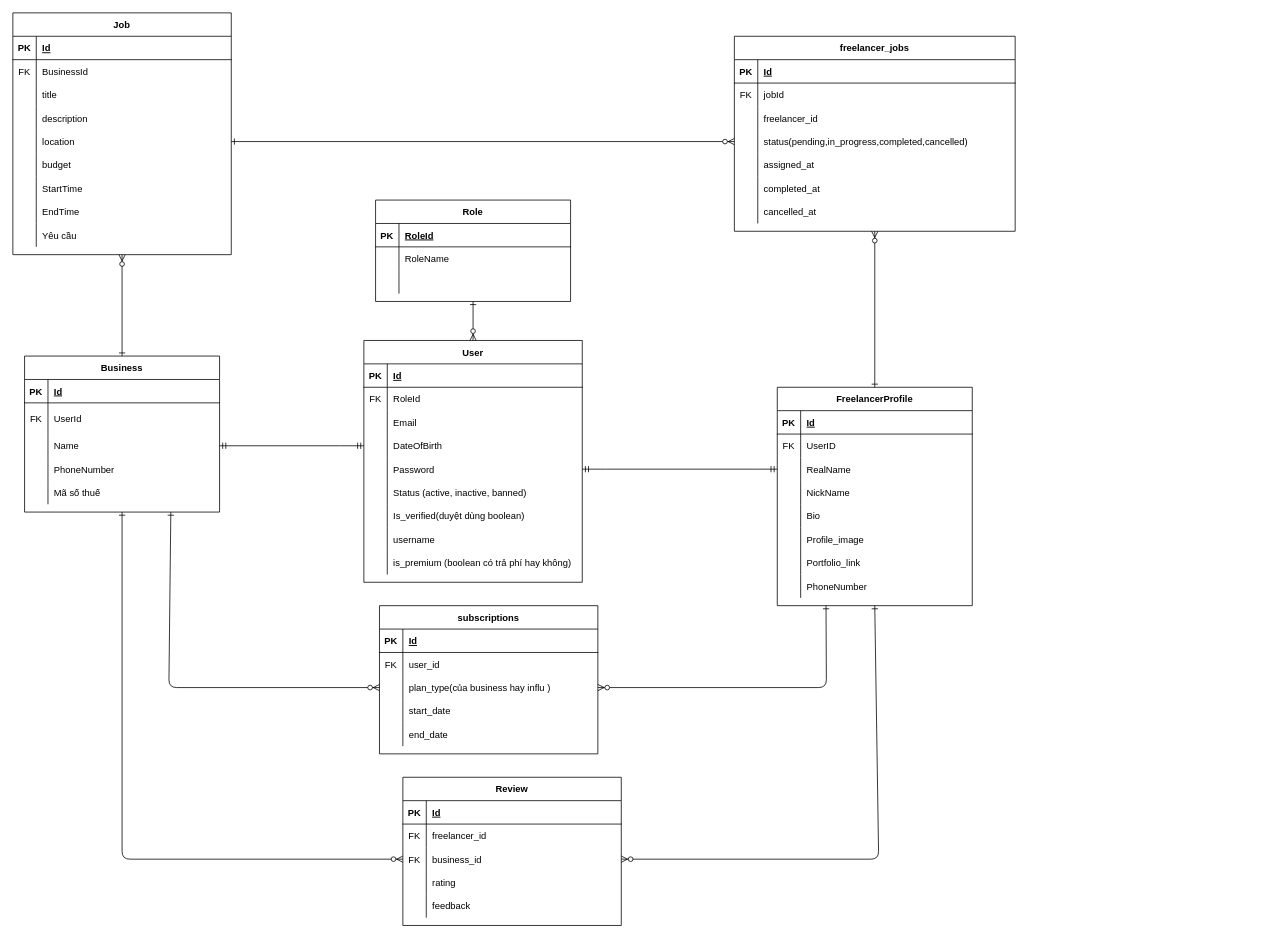
The draw.io diagram Biểu đồ không có tiêu đề.drawio in carrotnie/exe2, before the edit. Source tidied: cells renumbered, new cells numbered last; positions are measured from the earlier drawing's top-left corner, leaving out a move shared by most shapes. Both pictures are drawn from the tidied source at 78%, with x=0, y=0 at pixel (12, 12).
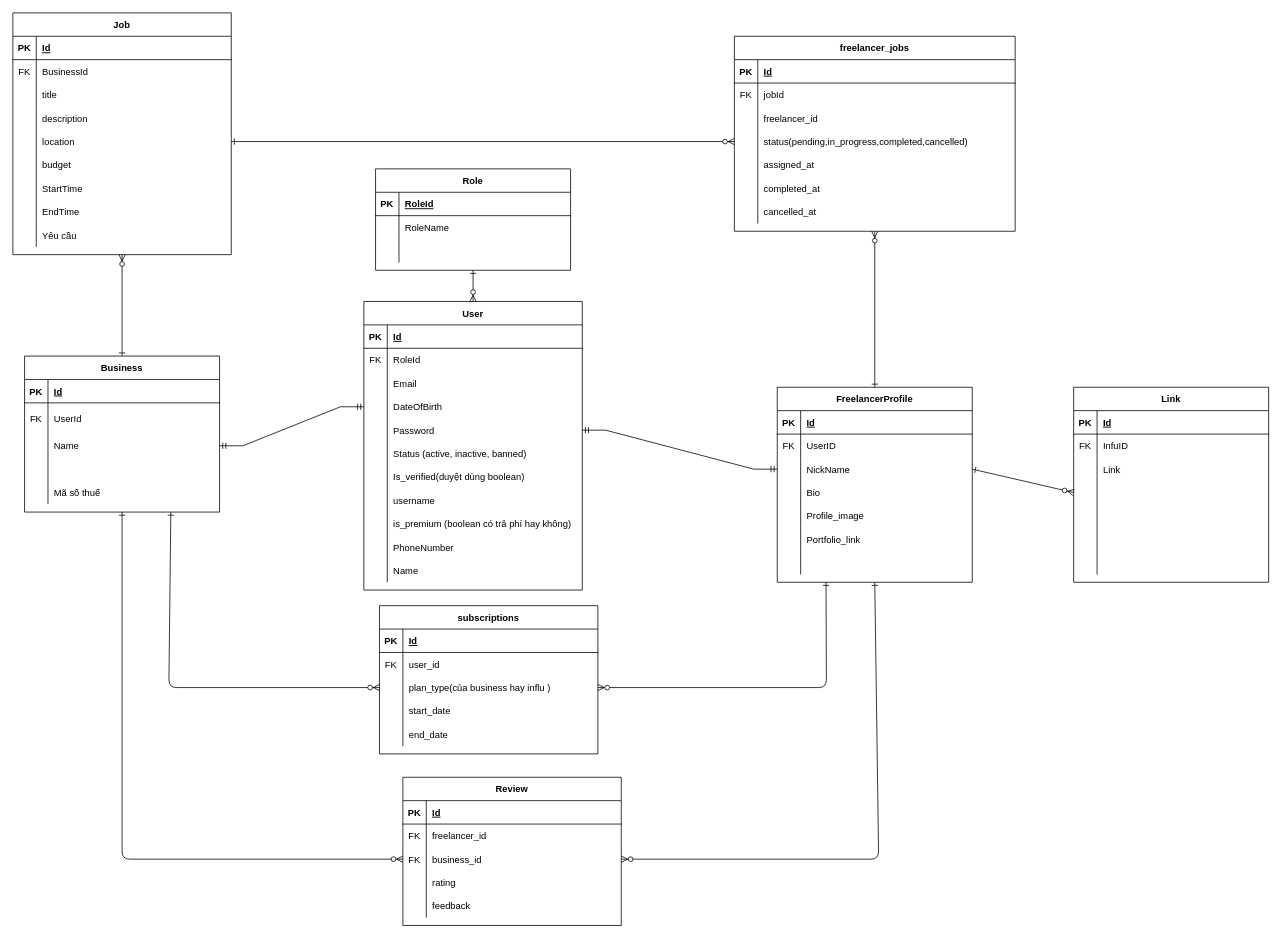
Above is the later version.

Commit message:
Cập nhật Biểu đồ không có tiêu đề.drawio

Unchanged cells that the change refers to:
```xml
<mxCell id="50" style="shape=partialRectangle;fillColor=none;points=[[0,0.5],[1,0.5]];portConstraint=eastwest;top=0;left=0;right=0;bottom=0;" parent="37" vertex="1">
  <mxGeometry y="150" width="280" height="30" as="geometry" />
</mxCell>
<mxCell id="76" style="shape=partialRectangle;fillColor=none;top=0;left=0;right=0;bottom=0;" parent="66" vertex="1">
  <mxGeometry y="130" width="250" height="30" as="geometry" />
</mxCell>
```

Diff of the diagram source:
```diff
@@
     <mxCell id="2" value="FreelancerProfile" style="shape=table;startSize=30;childLayout=tableLayout;rowLines=0;fontStyle=1;align=center;" parent="1" vertex="1">
-      <mxGeometry x="980" y="480" width="250" height="280" as="geometry" />
+      <mxGeometry x="980" y="480" width="250" height="250" as="geometry" />
     </mxCell>
@@
-    <mxCell id="9" style="shape=partialRectangle;fillColor=none;points=[[0,0.5],[1,0.5]];portConstraint=eastwest;top=0;left=0;right=0;bottom=0;" parent="2" vertex="1">
-      <mxGeometry y="90" width="250" height="30" as="geometry" />
-    </mxCell>
-    <mxCell id="10" style="shape=partialRectangle;overflow=hidden;fillColor=none;top=0;left=0;bottom=0;right=0;" parent="9" vertex="1">
-      <mxGeometry width="30" height="30" as="geometry" />
-    </mxCell>
-    <mxCell id="11" value="RealName" style="shape=partialRectangle;overflow=hidden;fillColor=none;top=0;left=0;bottom=0;right=0;align=left;spacingLeft=6;" parent="9" vertex="1">
-      <mxGeometry x="30" width="220" height="30" as="geometry" />
-    </mxCell>
     <mxCell id="12" style="shape=partialRectangle;fillColor=none;points=[[0,0.5],[1,0.5]];portConstraint=eastwest;top=0;left=0;right=0;bottom=0;" parent="2" vertex="1">
-      <mxGeometry y="120" width="250" height="30" as="geometry" />
+      <mxGeometry y="90" width="250" height="30" as="geometry" />
     </mxCell>
@@
     <mxCell id="15" style="shape=partialRectangle;fillColor=none;top=0;left=0;right=0;bottom=0;" parent="2" vertex="1">
-      <mxGeometry y="150" width="250" height="30" as="geometry" />
+      <mxGeometry y="120" width="250" height="30" as="geometry" />
     </mxCell>
@@
     <mxCell id="18" style="shape=partialRectangle;fillColor=none;top=0;left=0;right=0;bottom=0;" parent="2" vertex="1">
-      <mxGeometry y="180" width="250" height="30" as="geometry" />
+      <mxGeometry y="150" width="250" height="30" as="geometry" />
     </mxCell>
@@
     <mxCell id="21" style="shape=partialRectangle;fillColor=none;top=0;left=0;right=0;bottom=0;" parent="2" vertex="1">
-      <mxGeometry y="210" width="250" height="30" as="geometry" />
+      <mxGeometry y="180" width="250" height="30" as="geometry" />
     </mxCell>
@@
     <mxCell id="24" style="shape=partialRectangle;fillColor=none;top=0;left=0;right=0;bottom=0;" parent="2" vertex="1">
-      <mxGeometry y="240" width="250" height="30" as="geometry" />
+      <mxGeometry y="210" width="250" height="30" as="geometry" />
     </mxCell>
@@
-    <mxCell id="26" value="PhoneNumber" style="shape=partialRectangle;overflow=hidden;fillColor=none;top=0;left=0;bottom=0;right=0;align=left;spacingLeft=6;" parent="24" vertex="1">
+    <mxCell id="26" style="shape=partialRectangle;overflow=hidden;fillColor=none;top=0;left=0;bottom=0;right=0;align=left;spacingLeft=6;" parent="24" vertex="1">
       <mxGeometry x="30" width="220" height="30" as="geometry" />
     </mxCell>
     <mxCell id="27" value="Role" style="shape=table;startSize=30;childLayout=tableLayout;rowLines=0;fontStyle=1;align=center;" parent="1" vertex="1">
-      <mxGeometry x="465" y="240" width="250" height="130" as="geometry" />
+      <mxGeometry x="465" y="200" width="250" height="130" as="geometry" />
     </mxCell>
@@
     <mxCell id="37" value="User" style="shape=table;startSize=30;childLayout=tableLayout;rowLines=0;fontStyle=1;align=center;" parent="1" vertex="1">
-      <mxGeometry x="450" y="420" width="280" height="310" as="geometry" />
+      <mxGeometry x="450" y="370" width="280" height="370" as="geometry" />
     </mxCell>
@@
+    <mxCell id="173" style="shape=partialRectangle;fillColor=none;top=0;left=0;right=0;bottom=0;" parent="37" vertex="1">
+      <mxGeometry y="300" width="280" height="30" as="geometry" />
+    </mxCell>
+    <mxCell id="174" style="shape=partialRectangle;overflow=hidden;fillColor=none;top=0;left=0;bottom=0;right=0;" parent="173" vertex="1">
+      <mxGeometry width="30" height="30" as="geometry" />
+    </mxCell>
+    <mxCell id="175" value="PhoneNumber" style="shape=partialRectangle;overflow=hidden;fillColor=none;top=0;left=0;bottom=0;right=0;align=left;spacingLeft=6;" parent="173" vertex="1">
+      <mxGeometry x="30" width="250" height="30" as="geometry" />
+    </mxCell>
+    <mxCell id="176" style="shape=partialRectangle;fillColor=none;top=0;left=0;right=0;bottom=0;" parent="37" vertex="1">
+      <mxGeometry y="330" width="280" height="30" as="geometry" />
+    </mxCell>
+    <mxCell id="177" style="shape=partialRectangle;overflow=hidden;fillColor=none;top=0;left=0;bottom=0;right=0;" parent="176" vertex="1">
+      <mxGeometry width="30" height="30" as="geometry" />
+    </mxCell>
+    <mxCell id="178" value="Name" style="shape=partialRectangle;overflow=hidden;fillColor=none;top=0;left=0;bottom=0;right=0;align=left;spacingLeft=6;" parent="176" vertex="1">
+      <mxGeometry x="30" width="250" height="30" as="geometry" />
+    </mxCell>
@@
-    <mxCell id="78" value="PhoneNumber" style="shape=partialRectangle;overflow=hidden;fillColor=none;top=0;left=0;bottom=0;right=0;align=left;spacingLeft=6;" parent="76" vertex="1">
+    <mxCell id="78" style="shape=partialRectangle;overflow=hidden;fillColor=none;top=0;left=0;bottom=0;right=0;align=left;spacingLeft=6;" parent="76" vertex="1">
       <mxGeometry x="30" width="220" height="30" as="geometry" />
     </mxCell>
@@
-    <mxCell id="82" style="edgeStyle=entityRelationEdgeStyle;fontSize=12;html=1;endArrow=ERmandOne;startArrow=ERmandOne;rounded=0;exitX=1;exitY=0.5;exitDx=0;exitDy=0;entryX=0;entryY=0.5;entryDx=0;entryDy=0;" parent="1" edge="1" source="50" target="9">
-      <mxGeometry relative="1" as="geometry" />
+    <mxCell id="82" style="edgeStyle=entityRelationEdgeStyle;fontSize=12;html=1;endArrow=ERmandOne;startArrow=ERmandOne;rounded=0;exitX=1;exitY=0.5;exitDx=0;exitDy=0;entryX=0;entryY=0.5;entryDx=0;entryDy=0;" parent="1" edge="1" source="50">
+      <mxGeometry relative="1" as="geometry">
+        <mxPoint x="980" y="585" as="targetPoint" />
+      </mxGeometry>
     </mxCell>
@@
+    <mxCell id="179" value="Link" style="shape=table;startSize=30;childLayout=tableLayout;rowLines=0;fontStyle=1;align=center;" parent="1" vertex="1">
+      <mxGeometry x="1360" y="480" width="250" height="250" as="geometry" />
+    </mxCell>
+    <mxCell id="180" style="shape=partialRectangle;fillColor=none;top=0;left=0;right=0;bottom=1;" parent="179" vertex="1">
+      <mxGeometry y="30" width="250" height="30" as="geometry" />
+    </mxCell>
+    <mxCell id="181" value="PK" style="shape=partialRectangle;overflow=hidden;fillColor=none;top=0;left=0;bottom=0;right=0;fontStyle=1;" parent="180" vertex="1">
+      <mxGeometry width="30" height="30" as="geometry" />
+    </mxCell>
+    <mxCell id="182" value="Id" style="shape=partialRectangle;overflow=hidden;fillColor=none;top=0;left=0;bottom=0;right=0;align=left;spacingLeft=6;fontStyle=5;" parent="180" vertex="1">
+      <mxGeometry x="30" width="220" height="30" as="geometry" />
+    </mxCell>
+    <mxCell id="183" style="shape=partialRectangle;fillColor=none;top=0;left=0;right=0;bottom=0;" parent="179" vertex="1">
+      <mxGeometry y="60" width="250" height="30" as="geometry" />
+    </mxCell>
+    <mxCell id="184" value="FK" style="shape=partialRectangle;overflow=hidden;fillColor=none;top=0;left=0;bottom=0;right=0;" parent="183" vertex="1">
+      <mxGeometry width="30" height="30" as="geometry" />
+    </mxCell>
+    <mxCell id="185" value="InfuID" style="shape=partialRectangle;overflow=hidden;fillColor=none;top=0;left=0;bottom=0;right=0;align=left;spacingLeft=6;" parent="183" vertex="1">
+      <mxGeometry x="30" width="220" height="30" as="geometry" />
+    </mxCell>
+    <mxCell id="9" style="shape=partialRectangle;fillColor=none;points=[[0,0.5],[1,0.5]];portConstraint=eastwest;top=0;left=0;right=0;bottom=0;" parent="179" vertex="1">
+      <mxGeometry y="90" width="250" height="30" as="geometry" />
+    </mxCell>
+    <mxCell id="186" style="shape=partialRectangle;overflow=hidden;fillColor=none;top=0;left=0;bottom=0;right=0;" parent="9" vertex="1">
+      <mxGeometry width="30" height="30" as="geometry" />
+    </mxCell>
+    <mxCell id="187" value="Link" style="shape=partialRectangle;overflow=hidden;fillColor=none;top=0;left=0;bottom=0;right=0;align=left;spacingLeft=6;" parent="9" vertex="1">
+      <mxGeometry x="30" width="220" height="30" as="geometry" />
+    </mxCell>
+    <mxCell id="188" style="shape=partialRectangle;fillColor=none;points=[[0,0.5],[1,0.5]];portConstraint=eastwest;top=0;left=0;right=0;bottom=0;" parent="179" vertex="1">
+      <mxGeometry y="120" width="250" height="30" as="geometry" />
+    </mxCell>
+    <mxCell id="189" style="shape=partialRectangle;overflow=hidden;fillColor=none;top=0;left=0;bottom=0;right=0;" parent="188" vertex="1">
+      <mxGeometry width="30" height="30" as="geometry" />
+    </mxCell>
+    <mxCell id="190" style="shape=partialRectangle;overflow=hidden;fillColor=none;top=0;left=0;bottom=0;right=0;align=left;spacingLeft=6;" parent="188" vertex="1">
+      <mxGeometry x="30" width="220" height="30" as="geometry" />
+    </mxCell>
+    <mxCell id="191" style="shape=partialRectangle;fillColor=none;top=0;left=0;right=0;bottom=0;" parent="179" vertex="1">
+      <mxGeometry y="150" width="250" height="30" as="geometry" />
+    </mxCell>
+    <mxCell id="192" style="shape=partialRectangle;overflow=hidden;fillColor=none;top=0;left=0;bottom=0;right=0;" parent="191" vertex="1">
+      <mxGeometry width="30" height="30" as="geometry" />
+    </mxCell>
+    <mxCell id="193" style="shape=partialRectangle;overflow=hidden;fillColor=none;top=0;left=0;bottom=0;right=0;align=left;spacingLeft=6;" parent="191" vertex="1">
+      <mxGeometry x="30" width="220" height="30" as="geometry" />
+    </mxCell>
+    <mxCell id="194" style="shape=partialRectangle;fillColor=none;top=0;left=0;right=0;bottom=0;" parent="179" vertex="1">
+      <mxGeometry y="180" width="250" height="30" as="geometry" />
+    </mxCell>
+    <mxCell id="195" style="shape=partialRectangle;overflow=hidden;fillColor=none;top=0;left=0;bottom=0;right=0;" parent="194" vertex="1">
+      <mxGeometry width="30" height="30" as="geometry" />
+    </mxCell>
+    <mxCell id="196" style="shape=partialRectangle;overflow=hidden;fillColor=none;top=0;left=0;bottom=0;right=0;align=left;spacingLeft=6;" parent="194" vertex="1">
+      <mxGeometry x="30" width="220" height="30" as="geometry" />
+    </mxCell>
+    <mxCell id="197" style="shape=partialRectangle;fillColor=none;top=0;left=0;right=0;bottom=0;" parent="179" vertex="1">
+      <mxGeometry y="210" width="250" height="30" as="geometry" />
+    </mxCell>
+    <mxCell id="198" style="shape=partialRectangle;overflow=hidden;fillColor=none;top=0;left=0;bottom=0;right=0;" parent="197" vertex="1">
+      <mxGeometry width="30" height="30" as="geometry" />
+    </mxCell>
+    <mxCell id="199" style="shape=partialRectangle;overflow=hidden;fillColor=none;top=0;left=0;bottom=0;right=0;align=left;spacingLeft=6;" parent="197" vertex="1">
+      <mxGeometry x="30" width="220" height="30" as="geometry" />
+    </mxCell>
+    <mxCell id="200" style="endArrow=ERzeroToMany;startArrow=ERone;endFill=1;startFill=0;exitX=1;exitY=0.5;exitDx=0;exitDy=0;entryX=0;entryY=0.5;entryDx=0;entryDy=0;" parent="1" edge="1" source="12" target="188">
+      <mxGeometry relative="1" as="geometry" />
+    </mxCell>
```
